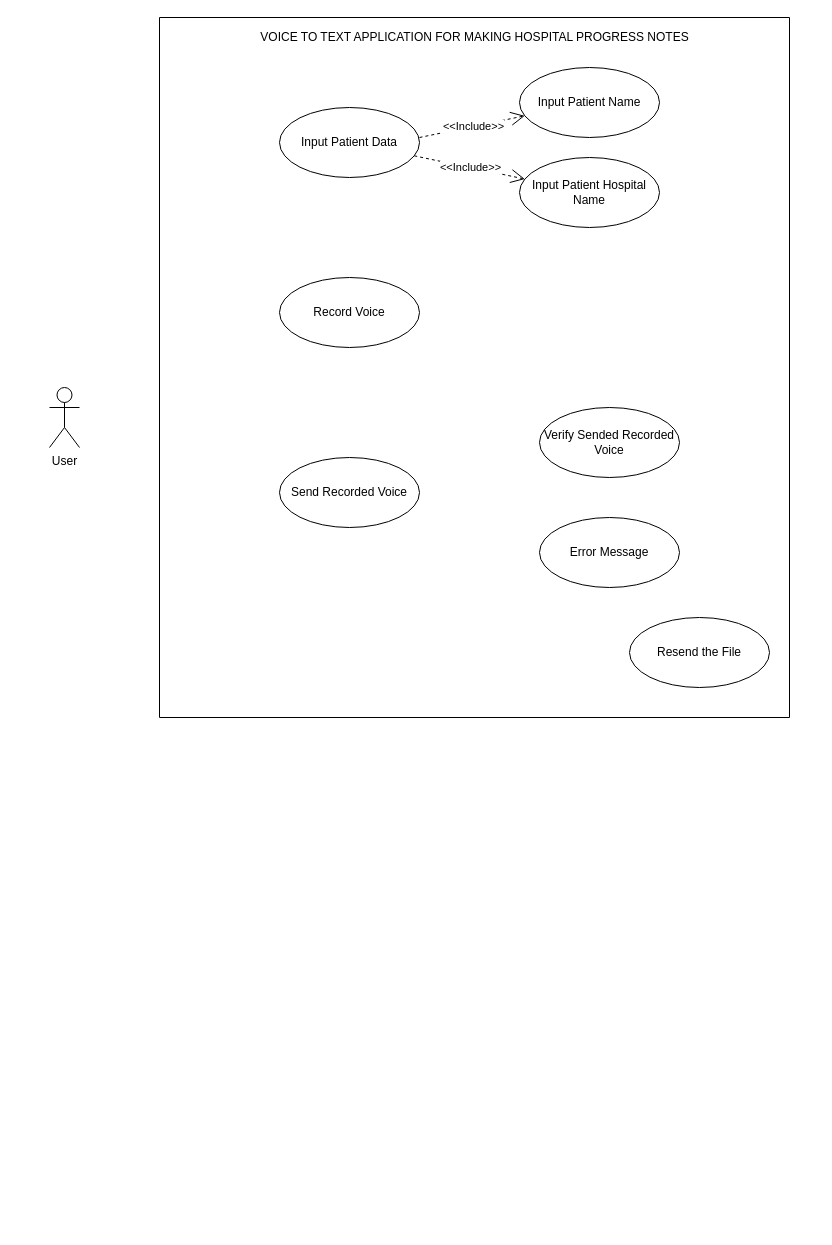
Before: Diagram/Use Case Diagram.drawio in fauzan923/Framework-dan-Use-Case-Artificial-Intelligence, a draw.io diagram. Source tidied: cells renumbered, new cells numbered last; positions are measured from the earlier drawing's top-left corner, leaving out a move shared by most shapes. Both pictures are drawn from the tidied source at 100%, with x=0, y=0 at pixel (49, 17).
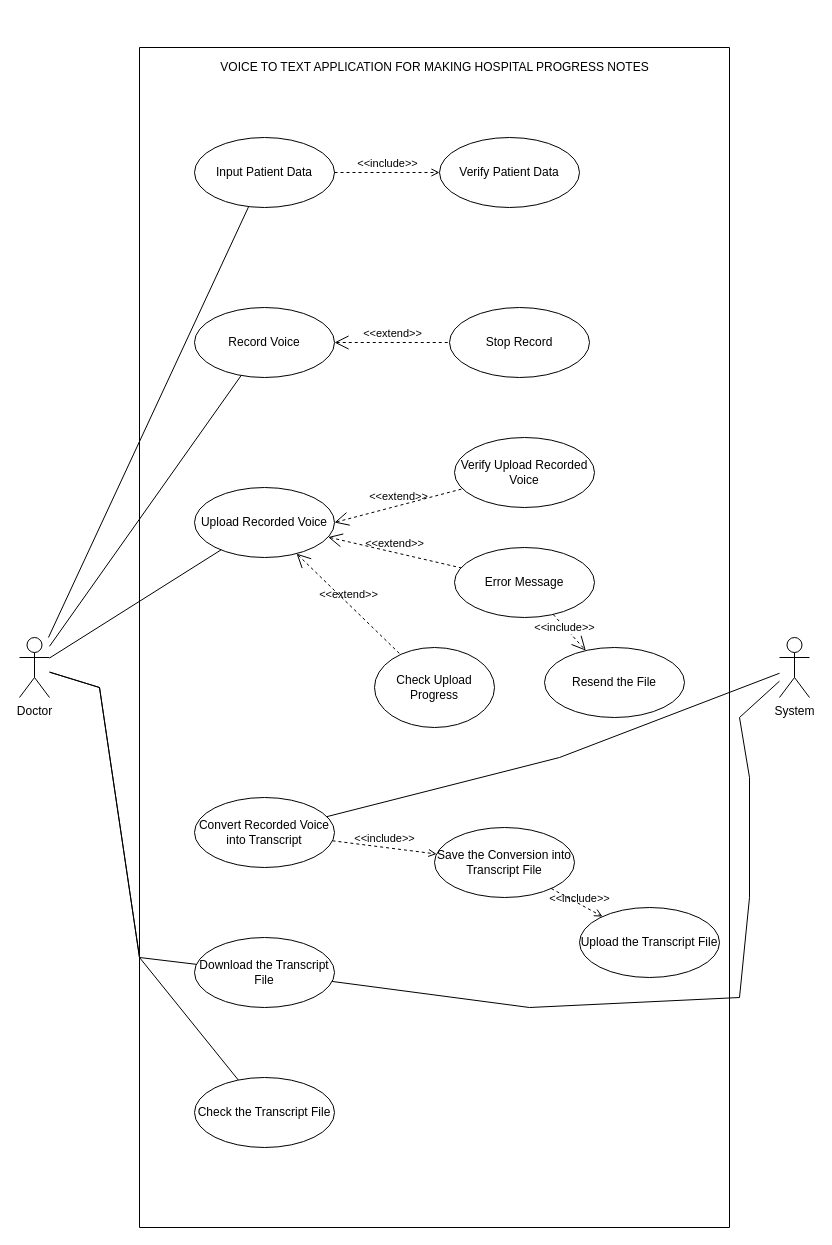
Above is the later version.

Diff of the diagram source:
```diff
@@
     <mxCell id="2" style="swimlane;startSize=0;" parent="1" vertex="1">
-      <mxGeometry x="110" width="630" height="700" as="geometry" />
+      <mxGeometry x="90" y="30" width="590" height="1180" as="geometry" />
     </mxCell>
     <mxCell id="3" value="VOICE TO TEXT APPLICATION FOR MAKING HOSPITAL PROGRESS NOTES" style="text;html=1;align=center;verticalAlign=middle;strokeColor=none;fillColor=none;" parent="2" vertex="1">
-      <mxGeometry x="95" y="10" width="440" height="20" as="geometry" />
+      <mxGeometry x="75" y="10" width="440" height="20" as="geometry" />
     </mxCell>
     <mxCell id="4" value="&lt;span style=&quot;&quot;&gt;Record Voice&lt;/span&gt;" style="ellipse;whiteSpace=wrap;html=1;" parent="2" vertex="1">
-      <mxGeometry x="120" y="260" width="140" height="70" as="geometry" />
+      <mxGeometry x="55" y="260" width="140" height="70" as="geometry" />
     </mxCell>
     <mxCell id="5" value="Input Patient Data" style="ellipse;whiteSpace=wrap;html=1;" parent="2" vertex="1">
-      <mxGeometry x="120" y="90" width="140" height="70" as="geometry" />
+      <mxGeometry x="55" y="90" width="140" height="70" as="geometry" />
     </mxCell>
-    <mxCell id="6" value="Input Patient Name" style="ellipse;whiteSpace=wrap;html=1;" parent="2" vertex="1">
-      <mxGeometry x="360" y="50" width="140" height="70" as="geometry" />
-    </mxCell>
-    <mxCell id="7" value="Input Patient Hospital Name" style="ellipse;whiteSpace=wrap;html=1;" parent="2" vertex="1">
-      <mxGeometry x="360" y="140" width="140" height="70" as="geometry" />
-    </mxCell>
-    <mxCell id="8" value="&amp;lt;&amp;lt;Include&amp;gt;&amp;gt;" style="endArrow=open;endSize=12;dashed=1;html=1;rounded=0;" parent="2" edge="1" target="6">
-      <mxGeometry x="0.03" relative="1" as="geometry">
-        <mxPoint x="260" y="120" as="sourcePoint" />
-      </mxGeometry>
-    </mxCell>
-    <mxCell id="9" value="&amp;lt;&amp;lt;Include&amp;gt;&amp;gt;" style="endArrow=open;endSize=12;dashed=1;html=1;rounded=0;" parent="2" edge="1" source="5" target="7">
-      <mxGeometry relative="1" as="geometry" />
-    </mxCell>
-    <mxCell id="10" value="Send Recorded Voice" style="ellipse;whiteSpace=wrap;html=1;" parent="2" vertex="1">
-      <mxGeometry x="120" y="440" width="140" height="70" as="geometry" />
+    <mxCell id="10" value="Upload Recorded Voice" style="ellipse;whiteSpace=wrap;html=1;" parent="2" vertex="1">
+      <mxGeometry x="55" y="440" width="140" height="70" as="geometry" />
     </mxCell>
-    <mxCell id="11" value="Verify Sended Recorded Voice" style="ellipse;whiteSpace=wrap;html=1;" parent="2" vertex="1">
-      <mxGeometry x="380" y="390" width="140" height="70" as="geometry" />
+    <mxCell id="11" value="Verify Upload Recorded Voice" style="ellipse;whiteSpace=wrap;html=1;" parent="2" vertex="1">
+      <mxGeometry x="315" y="390" width="140" height="70" as="geometry" />
     </mxCell>
     <mxCell id="12" value="Error Message" style="ellipse;whiteSpace=wrap;html=1;" parent="2" vertex="1">
-      <mxGeometry x="380" y="500" width="140" height="70" as="geometry" />
+      <mxGeometry x="315" y="500" width="140" height="70" as="geometry" />
     </mxCell>
     <mxCell id="13" value="Resend the File" style="ellipse;whiteSpace=wrap;html=1;" parent="2" vertex="1">
-      <mxGeometry x="470" y="600" width="140" height="70" as="geometry" />
+      <mxGeometry x="405" y="600" width="140" height="70" as="geometry" />
     </mxCell>
+    <mxCell id="15" value="&amp;lt;&amp;lt;include&amp;gt;&amp;gt;" style="endArrow=open;endSize=12;dashed=1;html=1;rounded=0;" parent="2" edge="1" source="12" target="13">
+      <mxGeometry x="-0.29" relative="1" as="geometry" />
+    </mxCell>
+    <mxCell id="16" value="&amp;lt;&amp;lt;extend&amp;gt;&amp;gt;" style="edgeStyle=none;html=1;startArrow=open;endArrow=none;startSize=12;verticalAlign=bottom;dashed=1;labelBackgroundColor=none;rounded=0;exitX=1;exitY=0.5;exitDx=0;exitDy=0;" parent="2" edge="1" source="10" target="11">
+      <mxGeometry relative="1" as="geometry" />
+    </mxCell>
+    <mxCell id="17" value="&amp;lt;&amp;lt;extend&amp;gt;&amp;gt;" style="edgeStyle=none;html=1;startArrow=open;endArrow=none;startSize=12;verticalAlign=bottom;dashed=1;labelBackgroundColor=none;rounded=0;" parent="2" edge="1" source="10" target="12">
+      <mxGeometry relative="1" as="geometry" />
+    </mxCell>
+    <mxCell id="18" value="Stop Record" style="ellipse;whiteSpace=wrap;html=1;" parent="2" vertex="1">
+      <mxGeometry x="310" y="260" width="140" height="70" as="geometry" />
+    </mxCell>
+    <mxCell id="19" value="&amp;lt;&amp;lt;extend&amp;gt;&amp;gt;" style="edgeStyle=none;html=1;startArrow=open;endArrow=none;startSize=12;verticalAlign=bottom;dashed=1;labelBackgroundColor=none;rounded=0;" parent="2" edge="1" source="4" target="18">
+      <mxGeometry relative="1" as="geometry" />
+    </mxCell>
+    <mxCell id="20" value="Convert Recorded Voice into Transcript" style="ellipse;whiteSpace=wrap;html=1;" parent="2" vertex="1">
+      <mxGeometry x="55" y="750" width="140" height="70" as="geometry" />
+    </mxCell>
+    <mxCell id="21" value="Check Upload Progress" style="ellipse;whiteSpace=wrap;html=1;" parent="2" vertex="1">
+      <mxGeometry x="235" y="600" width="120" height="80" as="geometry" />
+    </mxCell>
+    <mxCell id="22" value="&amp;lt;&amp;lt;extend&amp;gt;&amp;gt;" style="edgeStyle=none;html=1;startArrow=open;endArrow=none;startSize=12;verticalAlign=bottom;dashed=1;labelBackgroundColor=none;rounded=0;" parent="2" edge="1" source="10" target="21">
+      <mxGeometry relative="1" as="geometry" />
+    </mxCell>
+    <mxCell id="23" value="Save the Conversion into Transcript File" style="ellipse;whiteSpace=wrap;html=1;" parent="2" vertex="1">
+      <mxGeometry x="295" y="780" width="140" height="70" as="geometry" />
+    </mxCell>
+    <mxCell id="24" value="&amp;lt;&amp;lt;include&amp;gt;&amp;gt;" style="edgeStyle=none;html=1;endArrow=open;verticalAlign=bottom;dashed=1;labelBackgroundColor=none;rounded=0;" parent="2" edge="1" source="20" target="23">
+      <mxGeometry relative="1" as="geometry" />
+    </mxCell>
+    <mxCell id="25" value="Upload the Transcript File" style="ellipse;whiteSpace=wrap;html=1;" parent="2" vertex="1">
+      <mxGeometry x="440" y="860" width="140" height="70" as="geometry" />
+    </mxCell>
+    <mxCell id="26" value="&amp;lt;&amp;lt;include&amp;gt;&amp;gt;" style="edgeStyle=none;html=1;endArrow=open;verticalAlign=bottom;dashed=1;labelBackgroundColor=none;rounded=0;" parent="2" edge="1" source="23" target="25">
+      <mxGeometry x="0.16" y="-3" relative="1" as="geometry" />
+    </mxCell>
+    <mxCell id="27" value="Download the Transcript File" style="ellipse;whiteSpace=wrap;html=1;" parent="2" vertex="1">
+      <mxGeometry x="55" y="890" width="140" height="70" as="geometry" />
+    </mxCell>
+    <mxCell id="28" value="Check the Transcript File" style="ellipse;whiteSpace=wrap;html=1;" parent="2" vertex="1">
+      <mxGeometry x="55" y="1030" width="140" height="70" as="geometry" />
+    </mxCell>
+    <mxCell id="29" value="Verify Patient Data" style="ellipse;whiteSpace=wrap;html=1;" parent="2" vertex="1">
+      <mxGeometry x="300" y="90" width="140" height="70" as="geometry" />
+    </mxCell>
+    <mxCell id="30" value="&amp;lt;&amp;lt;include&amp;gt;&amp;gt;" style="edgeStyle=none;html=1;endArrow=open;verticalAlign=bottom;dashed=1;labelBackgroundColor=none;rounded=0;" parent="2" edge="1" source="5" target="29">
+      <mxGeometry relative="1" as="geometry" />
+    </mxCell>
-    <mxCell id="14" value="User" style="shape=umlActor;verticalLabelPosition=bottom;verticalAlign=top;html=1;" parent="1" vertex="1">
-      <mxGeometry y="370" width="30" height="60" as="geometry" />
+    <mxCell id="14" value="Doctor" style="shape=umlActor;verticalLabelPosition=bottom;verticalAlign=top;html=1;" parent="1" vertex="1">
+      <mxGeometry x="-30" y="620" width="30" height="60" as="geometry" />
     </mxCell>
+    <mxCell id="31" style="edgeStyle=none;html=1;endArrow=none;verticalAlign=bottom;rounded=0;" parent="1" edge="1" source="14" target="5">
+      <mxGeometry relative="1" as="geometry" />
+    </mxCell>
+    <mxCell id="32" style="edgeStyle=none;html=1;endArrow=none;verticalAlign=bottom;rounded=0;" parent="1" edge="1" source="14" target="4">
+      <mxGeometry relative="1" as="geometry" />
+    </mxCell>
+    <mxCell id="33" style="edgeStyle=none;html=1;endArrow=none;verticalAlign=bottom;rounded=0;" parent="1" edge="1" source="14" target="10">
+      <mxGeometry relative="1" as="geometry" />
+    </mxCell>
+    <mxCell id="34" value="System" style="shape=umlActor;html=1;verticalLabelPosition=bottom;verticalAlign=top;align=center;" parent="1" vertex="1">
+      <mxGeometry x="730" y="620" width="30" height="60" as="geometry" />
+    </mxCell>
+    <mxCell id="35" style="edgeStyle=none;html=1;endArrow=none;verticalAlign=bottom;rounded=0;" parent="1" edge="1" source="34" target="20">
+      <mxGeometry relative="1" as="geometry">
+        <Array as="points">
+          <mxPoint x="510" y="740" />
+        </Array>
+      </mxGeometry>
+    </mxCell>
+    <mxCell id="36" style="edgeStyle=none;html=1;endArrow=none;verticalAlign=bottom;rounded=0;" parent="1" edge="1" source="14" target="28">
+      <mxGeometry relative="1" as="geometry">
+        <Array as="points">
+          <mxPoint x="50" y="670" />
+          <mxPoint x="90" y="940" />
+        </Array>
+      </mxGeometry>
+    </mxCell>
+    <mxCell id="37" style="edgeStyle=none;html=1;endArrow=none;verticalAlign=bottom;rounded=0;" parent="1" edge="1" source="34" target="27">
+      <mxGeometry relative="1" as="geometry">
+        <Array as="points">
+          <mxPoint x="690" y="700" />
+          <mxPoint x="700" y="760" />
+          <mxPoint x="700" y="880" />
+          <mxPoint x="690" y="980" />
+          <mxPoint x="480" y="990" />
+        </Array>
+      </mxGeometry>
+    </mxCell>
+    <mxCell id="38" style="edgeStyle=none;html=1;endArrow=none;verticalAlign=bottom;rounded=0;" parent="1" edge="1" source="14" target="27">
+      <mxGeometry relative="1" as="geometry">
+        <Array as="points">
+          <mxPoint x="50" y="670" />
+          <mxPoint x="90" y="940" />
+        </Array>
+      </mxGeometry>
+    </mxCell>
```
